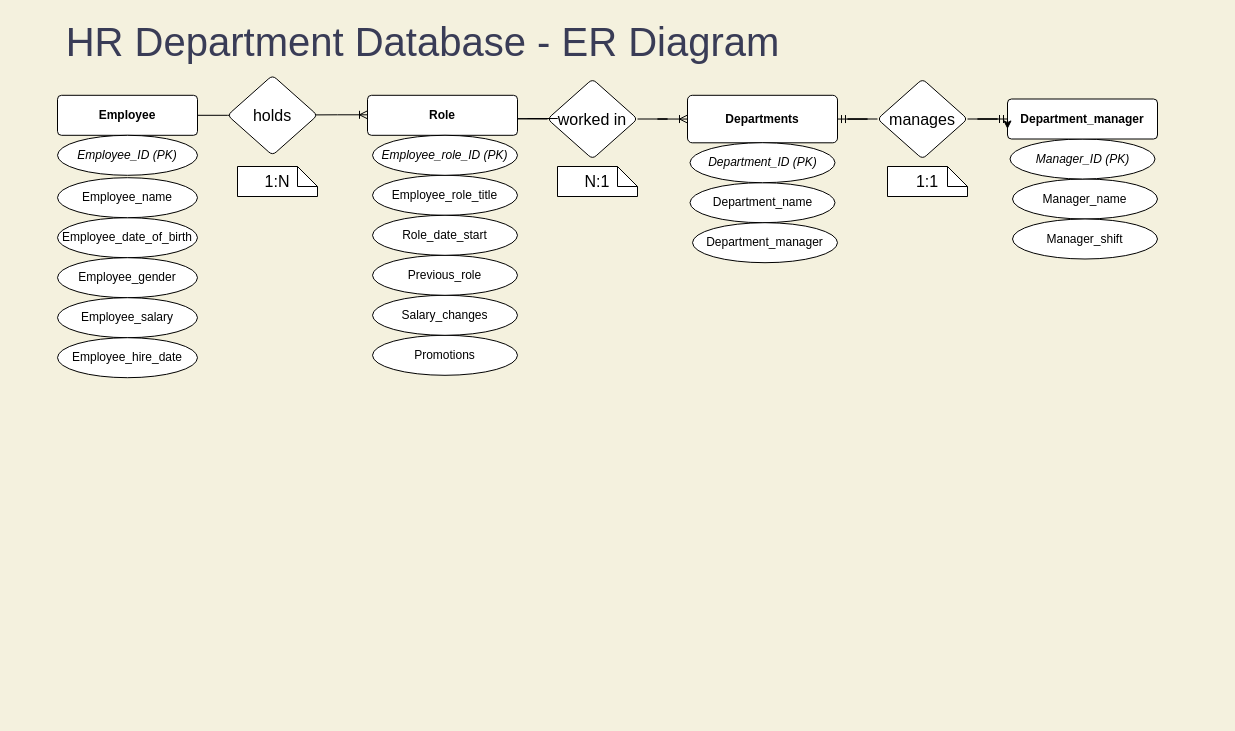
PriFlores/HR-Database keeps this draw.io diagram as RH Database Diagram.drawio. Above is the earlier version. Source tidied: cells renumbered, new cells numbered last; positions are measured from the earlier drawing's top-left corner, leaving out a move shared by most shapes. Both pictures are drawn from the tidied source at 100%, with x=0, y=0 at pixel (57, 26).
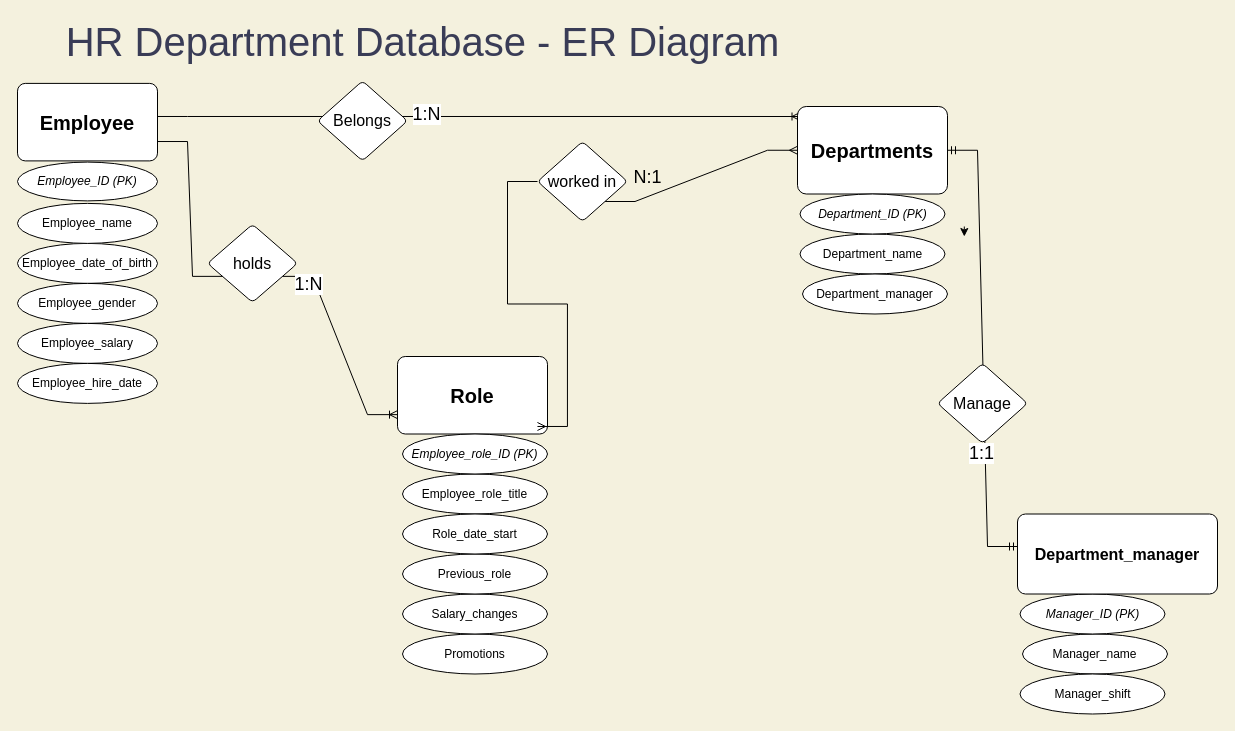
After the change.

Change to the diagram source:
```diff
@@
+    <mxCell id="38" style="edgeStyle=entityRelationEdgeStyle;fontSize=12;html=1;endArrow=ERoneToMany;rounded=0;fontColor=none;exitX=1;exitY=0.427;exitDx=0;exitDy=0;exitPerimeter=0;" parent="1" edge="1" source="4">
+      <mxGeometry relative="1" as="geometry">
+        <mxPoint x="742.5" y="90" as="targetPoint" />
+      </mxGeometry>
+    </mxCell>
+    <mxCell id="39" value="1:N" style="edgeLabel;html=1;align=center;verticalAlign=middle;fontSize=18;fontColor=none;" parent="38" vertex="1">
+      <mxGeometry x="-0.07" y="2" relative="1" as="geometry">
+        <mxPoint x="-31" as="offset" />
+      </mxGeometry>
+    </mxCell>
     <mxCell id="3" style="edgeStyle=orthogonalEdgeStyle;rounded=0;orthogonalLoop=1;jettySize=auto;html=1;exitX=0.5;exitY=1;exitDx=0;exitDy=0;" parent="1" edge="1">
       <mxGeometry relative="1" as="geometry">
-        <mxPoint x="490" y="346.2" as="sourcePoint" />
-        <mxPoint x="490" y="346.2" as="targetPoint" />
+        <mxPoint x="849" y="115" as="sourcePoint" />
+        <mxPoint x="849" y="115" as="targetPoint" />
       </mxGeometry>
     </mxCell>
-    <mxCell id="4" value="&lt;b&gt;Employee&lt;/b&gt;" style="rounded=1;arcSize=10;whiteSpace=wrap;html=1;align=center;" parent="1" vertex="1">
-      <mxGeometry y="68.8" width="140" height="40" as="geometry" />
+    <mxCell id="4" value="&lt;b&gt;&lt;font style=&quot;font-size: 20px&quot;&gt;Employee&lt;/font&gt;&lt;/b&gt;" style="rounded=1;arcSize=10;whiteSpace=wrap;html=1;align=center;" parent="1" vertex="1">
+      <mxGeometry x="-40" y="56.9" width="140" height="77.5" as="geometry" />
     </mxCell>
     <mxCell id="5" value="&lt;i&gt;Employee_ID (PK)&lt;/i&gt;" style="ellipse;whiteSpace=wrap;html=1;align=center;" parent="1" vertex="1">
-      <mxGeometry y="108.8" width="140" height="40" as="geometry" />
+      <mxGeometry x="-40" y="135.6" width="140" height="38.8" as="geometry" />
     </mxCell>
     <mxCell id="6" value="Employee_date_of_birth" style="ellipse;whiteSpace=wrap;html=1;align=center;" parent="1" vertex="1">
-      <mxGeometry y="191.2" width="140" height="40" as="geometry" />
+      <mxGeometry x="-40" y="216.9" width="140" height="40" as="geometry" />
     </mxCell>
     <mxCell id="7" value="Employee_name" style="ellipse;whiteSpace=wrap;html=1;align=center;" parent="1" vertex="1">
-      <mxGeometry y="151.2" width="140" height="40" as="geometry" />
+      <mxGeometry x="-40" y="176.9" width="140" height="40" as="geometry" />
     </mxCell>
     <mxCell id="8" value="Employee_gender" style="ellipse;whiteSpace=wrap;html=1;align=center;" parent="1" vertex="1">
-      <mxGeometry y="231.2" width="140" height="40" as="geometry" />
+      <mxGeometry x="-40" y="256.9" width="140" height="40" as="geometry" />
     </mxCell>
     <mxCell id="9" value="Employee_salary" style="ellipse;whiteSpace=wrap;html=1;align=center;" parent="1" vertex="1">
-      <mxGeometry y="271.2" width="140" height="40" as="geometry" />
+      <mxGeometry x="-40" y="296.9" width="140" height="40" as="geometry" />
     </mxCell>
     <mxCell id="10" value="Employee_hire_date" style="ellipse;whiteSpace=wrap;html=1;align=center;" parent="1" vertex="1">
-      <mxGeometry y="311.2" width="140" height="40" as="geometry" />
+      <mxGeometry x="-40" y="336.9" width="140" height="40" as="geometry" />
     </mxCell>
     <mxCell id="11" value="Employee_role_title" style="ellipse;whiteSpace=wrap;html=1;align=center;" parent="1" vertex="1">
-      <mxGeometry x="315" y="148.8" width="145" height="40" as="geometry" />
+      <mxGeometry x="345" y="447.5" width="145" height="40" as="geometry" />
     </mxCell>
-    <mxCell id="12" value="&lt;b&gt;Role&lt;/b&gt;" style="rounded=1;arcSize=10;whiteSpace=wrap;html=1;align=center;" parent="1" vertex="1">
-      <mxGeometry x="310" y="68.8" width="150" height="40" as="geometry" />
+    <mxCell id="12" value="&lt;b&gt;&lt;font style=&quot;font-size: 20px&quot;&gt;Role&lt;/font&gt;&lt;/b&gt;" style="rounded=1;arcSize=10;whiteSpace=wrap;html=1;align=center;" parent="1" vertex="1">
+      <mxGeometry x="340" y="330" width="150" height="77.5" as="geometry" />
     </mxCell>
     <mxCell id="13" value="Manager_name" style="ellipse;whiteSpace=wrap;html=1;align=center;" parent="1" vertex="1">
-      <mxGeometry x="955" y="152.5" width="145" height="40" as="geometry" />
+      <mxGeometry x="965" y="607.5" width="145" height="40" as="geometry" />
     </mxCell>
     <mxCell id="14" value="&lt;i&gt;Employee_role_ID (PK)&lt;/i&gt;" style="ellipse;whiteSpace=wrap;html=1;align=center;" parent="1" vertex="1">
-      <mxGeometry x="315" y="108.8" width="145" height="40" as="geometry" />
+      <mxGeometry x="345" y="407.5" width="145" height="40" as="geometry" />
     </mxCell>
     <mxCell id="15" value="&lt;i&gt;Manager_ID (PK)&lt;/i&gt;" style="ellipse;whiteSpace=wrap;html=1;align=center;" parent="1" vertex="1">
-      <mxGeometry x="952.5" y="112.5" width="145" height="40" as="geometry" />
+      <mxGeometry x="962.5" y="567.5" width="145" height="40" as="geometry" />
     </mxCell>
     <mxCell id="16" value="Promotions" style="ellipse;whiteSpace=wrap;html=1;align=center;" parent="1" vertex="1">
-      <mxGeometry x="315" y="308.8" width="145" height="40" as="geometry" />
+      <mxGeometry x="345" y="607.5" width="145" height="40" as="geometry" />
     </mxCell>
     <mxCell id="17" value="Salary_changes" style="ellipse;whiteSpace=wrap;html=1;align=center;" parent="1" vertex="1">
-      <mxGeometry x="315" y="268.8" width="145" height="40" as="geometry" />
+      <mxGeometry x="345" y="567.5" width="145" height="40" as="geometry" />
     </mxCell>
     <mxCell id="18" value="Previous_role" style="ellipse;whiteSpace=wrap;html=1;align=center;" parent="1" vertex="1">
-      <mxGeometry x="315" y="228.8" width="145" height="40" as="geometry" />
+      <mxGeometry x="345" y="527.5" width="145" height="40" as="geometry" />
     </mxCell>
     <mxCell id="19" value="Role_date_start" style="ellipse;whiteSpace=wrap;html=1;align=center;" parent="1" vertex="1">
-      <mxGeometry x="315" y="188.8" width="145" height="40" as="geometry" />
+      <mxGeometry x="345" y="487.5" width="145" height="40" as="geometry" />
     </mxCell>
-    <mxCell id="20" value="&lt;b&gt;Department_manager&lt;/b&gt;" style="rounded=1;arcSize=10;whiteSpace=wrap;html=1;align=center;" parent="1" vertex="1">
-      <mxGeometry x="950" y="72.5" width="150" height="40" as="geometry" />
+    <mxCell id="20" value="&lt;b&gt;&lt;font style=&quot;font-size: 16px&quot;&gt;Department_manager&lt;/font&gt;&lt;/b&gt;" style="rounded=1;arcSize=10;whiteSpace=wrap;html=1;align=center;" parent="1" vertex="1">
+      <mxGeometry x="960" y="487.5" width="200" height="80" as="geometry" />
     </mxCell>
     <mxCell id="21" value="Manager_shift" style="ellipse;whiteSpace=wrap;html=1;align=center;" parent="1" vertex="1">
-      <mxGeometry x="955" y="192.5" width="145" height="40" as="geometry" />
+      <mxGeometry x="962.5" y="647.5" width="145" height="40" as="geometry" />
     </mxCell>
-    <mxCell id="22" value="&lt;b&gt;Departments&lt;/b&gt;" style="rounded=1;arcSize=10;whiteSpace=wrap;html=1;align=center;" parent="1" vertex="1">
-      <mxGeometry x="630" y="68.8" width="150" height="47.5" as="geometry" />
+    <mxCell id="22" value="&lt;b&gt;&lt;font style=&quot;font-size: 20px&quot;&gt;Departments&lt;/font&gt;&lt;/b&gt;" style="rounded=1;arcSize=10;whiteSpace=wrap;html=1;align=center;" parent="1" vertex="1">
+      <mxGeometry x="740" y="80" width="150" height="87.5" as="geometry" />
     </mxCell>
     <mxCell id="23" value="Department_name" style="ellipse;whiteSpace=wrap;html=1;align=center;" parent="1" vertex="1">
-      <mxGeometry x="632.5" y="156.2" width="145" height="40" as="geometry" />
+      <mxGeometry x="742.5" y="207.5" width="145" height="40" as="geometry" />
     </mxCell>
     <mxCell id="24" value="&lt;i&gt;Department_ID (PK)&lt;/i&gt;" style="ellipse;whiteSpace=wrap;html=1;align=center;" parent="1" vertex="1">
-      <mxGeometry x="632.5" y="116.2" width="145" height="40" as="geometry" />
+      <mxGeometry x="742.5" y="167.5" width="145" height="40" as="geometry" />
     </mxCell>
     <mxCell id="25" value="Department_manager" style="ellipse;whiteSpace=wrap;html=1;align=center;" parent="1" vertex="1">
-      <mxGeometry x="635" y="196.2" width="145" height="40" as="geometry" />
+      <mxGeometry x="745" y="247.5" width="145" height="40" as="geometry" />
     </mxCell>
-    <mxCell id="26" style="edgeStyle=entityRelationEdgeStyle;fontSize=12;html=1;endArrow=ERoneToMany;rounded=0;entryX=0.375;entryY=0.641;entryDx=0;entryDy=0;entryPerimeter=0;exitX=1;exitY=0.5;exitDx=0;exitDy=0;" parent="1" edge="1" source="4">
-      <mxGeometry relative="1" as="geometry">
-        <mxPoint x="310" y="88.3" as="targetPoint" />
-      </mxGeometry>
-    </mxCell>
-    <mxCell id="27" value="&lt;font style=&quot;font-size: 16px&quot;&gt;holds&lt;/font&gt;" style="rhombus;whiteSpace=wrap;html=1;rounded=1;arcSize=10;" parent="1" vertex="1">
-      <mxGeometry x="170" y="48.8" width="90" height="80" as="geometry" />
-    </mxCell>
-    <mxCell id="28" style="edgeStyle=entityRelationEdgeStyle;fontSize=12;html=1;endArrow=ERmandOne;startArrow=none;rounded=0;entryX=0;entryY=0.5;entryDx=0;entryDy=0;exitX=1;exitY=0.5;exitDx=0;exitDy=0;" parent="1" edge="1" source="30" target="20">
-      <mxGeometry relative="1" as="geometry" />
-    </mxCell>
-    <mxCell id="29" style="edgeStyle=orthogonalEdgeStyle;rounded=0;orthogonalLoop=1;jettySize=auto;html=1;exitX=0;exitY=0.5;exitDx=0;exitDy=0;entryX=0;entryY=0.75;entryDx=0;entryDy=0;" parent="1" edge="1" source="20" target="20">
-      <mxGeometry relative="1" as="geometry" />
+    <mxCell id="29" style="edgeStyle=orthogonalEdgeStyle;rounded=0;orthogonalLoop=1;jettySize=auto;html=1;exitX=0;exitY=0.5;exitDx=0;exitDy=0;entryX=0;entryY=0.75;entryDx=0;entryDy=0;" parent="1" edge="1">
+      <mxGeometry relative="1" as="geometry">
+        <mxPoint x="906.8" y="200" as="sourcePoint" />
+        <mxPoint x="906.8" y="210" as="targetPoint" />
+      </mxGeometry>
     </mxCell>
-    <mxCell id="30" value="&lt;font style=&quot;font-size: 16px&quot;&gt;manages&lt;/font&gt;" style="rhombus;whiteSpace=wrap;html=1;rounded=1;arcSize=10;" parent="1" vertex="1">
-      <mxGeometry x="820" y="52.5" width="90" height="80" as="geometry" />
-    </mxCell>
-    <mxCell id="31" style="edgeStyle=entityRelationEdgeStyle;fontSize=12;html=1;endArrow=none;startArrow=ERmandOne;rounded=0;entryX=0;entryY=0.5;entryDx=0;entryDy=0;exitX=1;exitY=0.5;exitDx=0;exitDy=0;" parent="1" edge="1" source="22" target="30">
-      <mxGeometry relative="1" as="geometry" />
-    </mxCell>
+    <mxCell id="40" style="edgeStyle=entityRelationEdgeStyle;fontSize=12;html=1;endArrow=ERoneToMany;rounded=0;fontColor=none;entryX=0;entryY=0.75;entryDx=0;entryDy=0;exitX=1;exitY=0.75;exitDx=0;exitDy=0;startArrow=none;" parent="1" edge="1" source="27" target="12">
+      <mxGeometry relative="1" as="geometry" />
+    </mxCell>
+    <mxCell id="41" value="1:N" style="edgeLabel;html=1;align=center;verticalAlign=middle;fontSize=18;fontColor=none;" parent="40" vertex="1">
+      <mxGeometry x="-0.31" y="1" relative="1" as="geometry">
+        <mxPoint x="-21" y="-31" as="offset" />
+      </mxGeometry>
+    </mxCell>
-    <mxCell id="32" style="edgeStyle=entityRelationEdgeStyle;fontSize=12;html=1;endArrow=ERoneToMany;rounded=0;entryX=0;entryY=0.5;entryDx=0;entryDy=0;startArrow=none;" parent="1" edge="1" source="33" target="22">
+    <mxCell id="32" style="edgeStyle=entityRelationEdgeStyle;fontSize=12;html=1;endArrow=ERmany;startArrow=none;rounded=0;fontColor=none;exitX=1;exitY=1;exitDx=0;exitDy=0;" parent="1" edge="1" source="33" target="22">
       <mxGeometry relative="1" as="geometry" />
     </mxCell>
     <mxCell id="33" value="&lt;font style=&quot;font-size: 16px&quot;&gt;worked in&lt;/font&gt;" style="rhombus;whiteSpace=wrap;html=1;rounded=1;arcSize=10;" parent="1" vertex="1">
-      <mxGeometry x="490" y="52.5" width="90" height="80" as="geometry" />
+      <mxGeometry x="480" y="115" width="90" height="80" as="geometry" />
     </mxCell>
-    <mxCell id="34" style="edgeStyle=entityRelationEdgeStyle;fontSize=12;html=1;endArrow=none;rounded=0;entryX=0;entryY=0.5;entryDx=0;entryDy=0;" parent="1" edge="1" target="33">
-      <mxGeometry relative="1" as="geometry">
-        <mxPoint x="470" y="92" as="sourcePoint" />
-      </mxGeometry>
-    </mxCell>
-    <mxCell id="35" value="&lt;font style=&quot;font-size: 16px&quot;&gt;1:N&lt;/font&gt;" style="shape=note;size=20;whiteSpace=wrap;html=1;" parent="1" vertex="1">
-      <mxGeometry x="180" y="140" width="80" height="30" as="geometry" />
-    </mxCell>
+    <mxCell id="42" style="edgeStyle=entityRelationEdgeStyle;fontSize=12;html=1;endArrow=none;startArrow=ERmany;rounded=0;fontColor=none;exitX=0.933;exitY=0.903;exitDx=0;exitDy=0;exitPerimeter=0;" parent="1" edge="1" source="12" target="33">
+      <mxGeometry relative="1" as="geometry" />
+    </mxCell>
-    <mxCell id="36" value="&lt;font style=&quot;font-size: 16px&quot;&gt;N:1&lt;/font&gt;" style="shape=note;size=20;whiteSpace=wrap;html=1;" parent="1" vertex="1">
-      <mxGeometry x="500" y="140" width="80" height="30" as="geometry" />
+    <mxCell id="36" value="N:1" style="text;html=1;align=center;verticalAlign=middle;strokeColor=none;fillColor=none;fontSize=18;fontColor=none;" parent="1" vertex="1">
+      <mxGeometry x="570" y="135.6" width="40" height="30" as="geometry" />
     </mxCell>
+    <mxCell id="27" value="&lt;font style=&quot;font-size: 16px&quot;&gt;holds&lt;/font&gt;" style="rhombus;whiteSpace=wrap;html=1;rounded=1;arcSize=10;" parent="1" vertex="1">
+      <mxGeometry x="150" y="197.8" width="90" height="78.1" as="geometry" />
+    </mxCell>
+    <mxCell id="43" style="edgeStyle=entityRelationEdgeStyle;fontSize=12;html=1;endArrow=none;rounded=0;fontColor=none;entryX=0;entryY=0.75;entryDx=0;entryDy=0;exitX=1;exitY=0.75;exitDx=0;exitDy=0;" parent="1" edge="1" source="4" target="27">
+      <mxGeometry relative="1" as="geometry" />
+    </mxCell>
+    <mxCell id="44" style="edgeStyle=entityRelationEdgeStyle;fontSize=12;html=1;endArrow=ERmandOne;startArrow=ERmandOne;rounded=0;fontColor=none;exitX=1;exitY=0.5;exitDx=0;exitDy=0;" parent="1" edge="1" source="22">
+      <mxGeometry relative="1" as="geometry">
+        <mxPoint x="960" y="520" as="targetPoint" />
+      </mxGeometry>
+    </mxCell>
-    <mxCell id="37" value="&lt;font style=&quot;font-size: 16px&quot;&gt;1:1&lt;/font&gt;" style="shape=note;size=20;whiteSpace=wrap;html=1;" parent="1" vertex="1">
-      <mxGeometry x="830" y="140" width="80" height="30" as="geometry" />
+    <mxCell id="37" value="1:1" style="edgeLabel;html=1;align=center;verticalAlign=middle;fontSize=18;fontColor=none;" parent="44" vertex="1">
+      <mxGeometry x="0.43" y="-2" relative="1" as="geometry">
+        <mxPoint x="-2" y="7" as="offset" />
+      </mxGeometry>
     </mxCell>
+    <mxCell id="45" value="&lt;font style=&quot;font-size: 16px&quot;&gt;Manage&lt;/font&gt;" style="rhombus;whiteSpace=wrap;html=1;rounded=1;arcSize=10;" parent="1" vertex="1">
+      <mxGeometry x="880" y="336.9" width="90" height="80" as="geometry" />
+    </mxCell>
+    <mxCell id="46" value="&lt;font style=&quot;font-size: 16px&quot;&gt;Belongs&lt;/font&gt;" style="rhombus;whiteSpace=wrap;html=1;rounded=1;arcSize=10;" parent="1" vertex="1">
+      <mxGeometry x="260" y="54.4" width="90" height="80" as="geometry" />
+    </mxCell>
```
